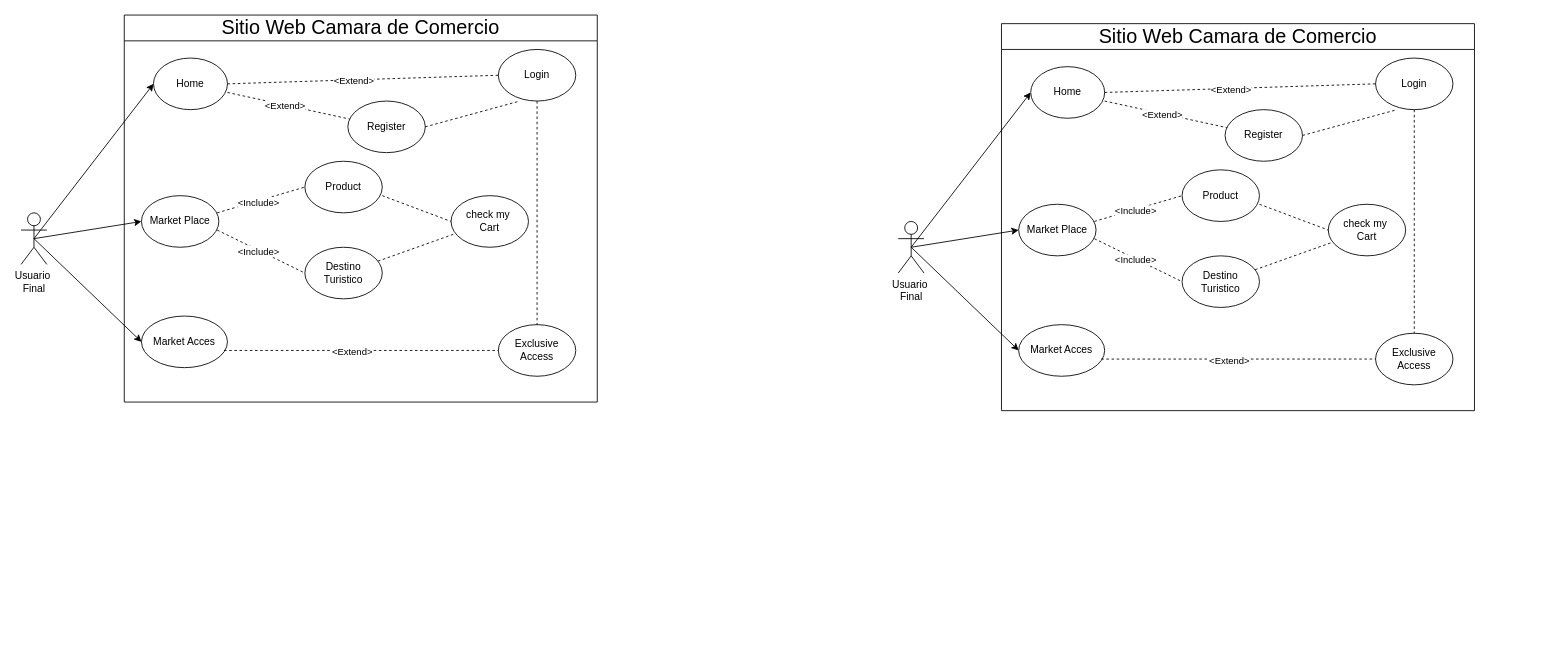
The draw.io diagram Camcor.drawio in NealD00/Diagramin, before the edit. Source tidied: cells renumbered, new cells numbered last; positions are measured from the earlier drawing's top-left corner, leaving out a move shared by most shapes. Both pictures are drawn from the tidied source at 86%, with x=0, y=0 at pixel (21, 15).
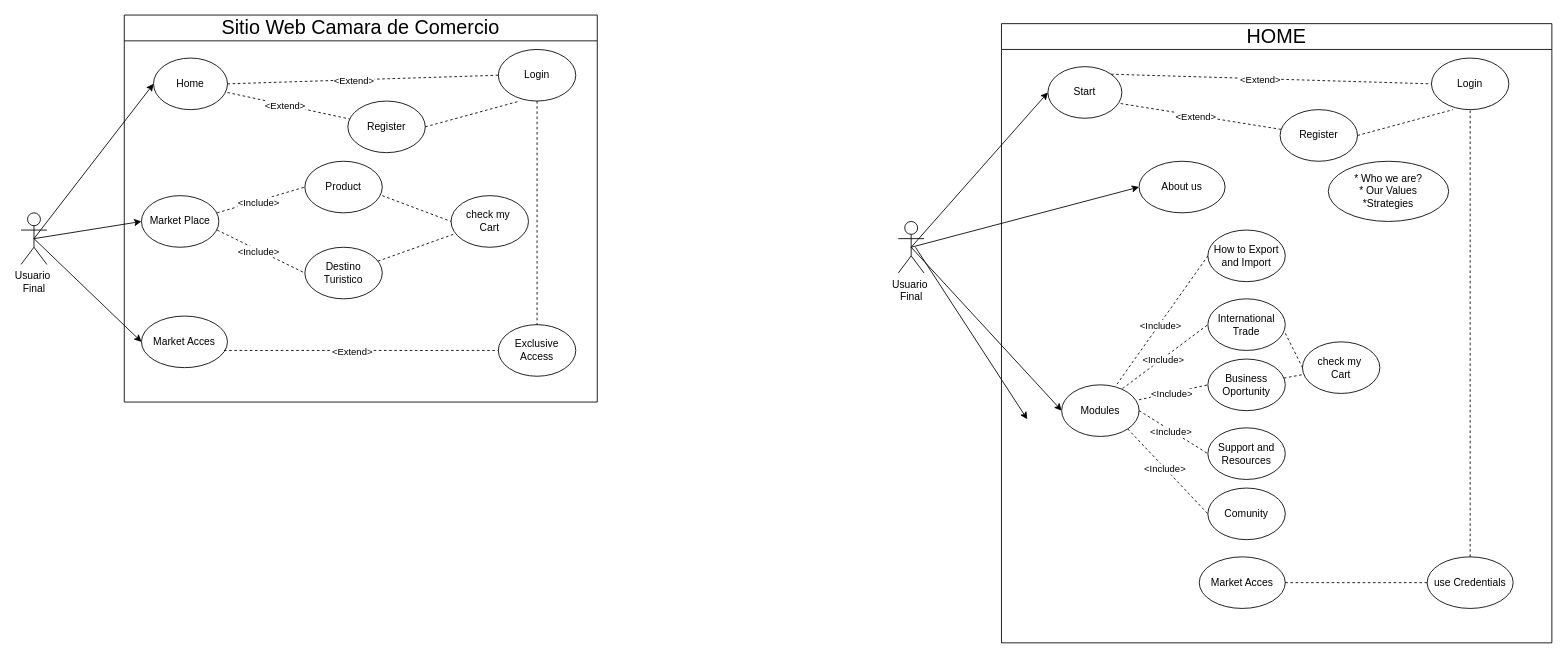
After the change.

The change refers to these unchanged cells:
```xml
<mxCell id="54" value="Usuario&amp;nbsp;&lt;div&gt;Final&lt;/div&gt;" style="shape=umlActor;verticalLabelPosition=bottom;verticalAlign=top;html=1;outlineConnect=0;" parent="1" vertex="1">
  <mxGeometry x="1020" y="240" width="30" height="60" as="geometry" />
</mxCell>
```

Diff of the diagram source:
```diff
@@
-    <mxCell id="30" value="&lt;span style=&quot;font-size: 23px; font-weight: 400;&quot;&gt;Sitio Web Camara de Comercio&lt;/span&gt;" style="swimlane;whiteSpace=wrap;html=1;startSize=30;" parent="1" vertex="1">
-      <mxGeometry x="1140" y="10" width="550" height="450" as="geometry" />
+    <mxCell id="30" value="&lt;span style=&quot;font-size: 23px; font-weight: 400;&quot;&gt;HOME&lt;/span&gt;" style="swimlane;whiteSpace=wrap;html=1;startSize=30;" parent="1" vertex="1">
+      <mxGeometry x="1140" y="10" width="640" height="720" as="geometry" />
     </mxCell>
-    <mxCell id="31" value="Market Acces" style="ellipse;whiteSpace=wrap;html=1;" parent="30" vertex="1">
-      <mxGeometry x="20" y="350" width="100" height="60" as="geometry" />
+    <mxCell id="31" value="About us" style="ellipse;whiteSpace=wrap;html=1;" parent="30" vertex="1">
+      <mxGeometry x="160" y="160" width="100" height="60" as="geometry" />
     </mxCell>
-    <mxCell id="32" value="Home" style="ellipse;whiteSpace=wrap;html=1;" parent="30" vertex="1">
-      <mxGeometry x="34" y="50" width="86" height="60" as="geometry" />
-    </mxCell>
     <mxCell id="33" value="check my&amp;nbsp;&lt;div&gt;Cart&lt;/div&gt;" style="ellipse;whiteSpace=wrap;html=1;" parent="30" vertex="1">
-      <mxGeometry x="380" y="210" width="90" height="60" as="geometry" />
+      <mxGeometry x="350" y="370" width="90" height="60" as="geometry" />
     </mxCell>
-    <mxCell id="34" value="Market Place" style="ellipse;whiteSpace=wrap;html=1;" parent="30" vertex="1">
-      <mxGeometry x="20" y="210" width="90" height="60" as="geometry" />
+    <mxCell id="34" value="Modules" style="ellipse;whiteSpace=wrap;html=1;" parent="30" vertex="1">
+      <mxGeometry x="70" y="420" width="90" height="60" as="geometry" />
     </mxCell>
@@
-    <mxCell id="36" value="Destino Turistico" style="ellipse;whiteSpace=wrap;html=1;" parent="30" vertex="1">
-      <mxGeometry x="210" y="270" width="90" height="60" as="geometry" />
+    <mxCell id="36" value="Business Oportunity" style="ellipse;whiteSpace=wrap;html=1;" parent="30" vertex="1">
+      <mxGeometry x="240" y="390" width="90" height="60" as="geometry" />
     </mxCell>
     <mxCell id="37" value="Login" style="ellipse;whiteSpace=wrap;html=1;" parent="30" vertex="1">
-      <mxGeometry x="435" y="40" width="90" height="60" as="geometry" />
+      <mxGeometry x="500" y="40" width="90" height="60" as="geometry" />
     </mxCell>
     <mxCell id="38" value="Register" style="ellipse;whiteSpace=wrap;html=1;" parent="30" vertex="1">
-      <mxGeometry x="260" y="100" width="90" height="60" as="geometry" />
+      <mxGeometry x="324" y="100" width="90" height="60" as="geometry" />
     </mxCell>
-    <mxCell id="39" style="endArrow=none;dashed=1;html=1;rounded=0;entryX=0;entryY=0.5;entryDx=0;entryDy=0;exitX=1;exitY=0.5;exitDx=0;exitDy=0;" parent="30" edge="1" source="32" target="37">
+    <mxCell id="39" style="endArrow=none;dashed=1;html=1;rounded=0;entryX=0;entryY=0.5;entryDx=0;entryDy=0;exitX=1;exitY=0;exitDx=0;exitDy=0;" parent="30" edge="1" source="58" target="37">
       <mxGeometry relative="1" as="geometry" />
     </mxCell>
@@
-    <mxCell id="41" style="endArrow=none;dashed=1;html=1;rounded=0;exitX=1;exitY=0.667;exitDx=0;exitDy=0;exitPerimeter=0;" parent="30" edge="1" source="32" target="38">
+    <mxCell id="41" style="endArrow=none;dashed=1;html=1;rounded=0;exitX=0.984;exitY=0.715;exitDx=0;exitDy=0;exitPerimeter=0;" parent="30" edge="1" source="58" target="38">
       <mxGeometry relative="1" as="geometry" />
     </mxCell>
@@
-    <mxCell id="43" value="Exclusive Access" style="ellipse;whiteSpace=wrap;html=1;" parent="30" vertex="1">
-      <mxGeometry x="435" y="360" width="90" height="60" as="geometry" />
-    </mxCell>
-    <mxCell id="44" style="endArrow=none;dashed=1;html=1;rounded=0;exitX=0.96;exitY=0.667;exitDx=0;exitDy=0;exitPerimeter=0;entryX=0;entryY=0.5;entryDx=0;entryDy=0;entryPerimeter=0;" parent="30" edge="1" source="31" target="43">
-      <mxGeometry relative="1" as="geometry" />
-    </mxCell>
-    <mxCell id="45" value="&amp;lt;Extend&amp;gt;" style="edgeLabel;html=1;align=center;verticalAlign=middle;" parent="44" vertex="1">
-      <mxGeometry x="-0.07" y="-1" relative="1" as="geometry" />
-    </mxCell>
-    <mxCell id="46" style="endArrow=none;dashed=1;html=1;rounded=0;exitX=0.5;exitY=1;exitDx=0;exitDy=0;entryX=0.5;entryY=0;entryDx=0;entryDy=0;" parent="30" edge="1" source="37" target="43">
-      <mxGeometry relative="1" as="geometry" />
-    </mxCell>
-    <mxCell id="47" style="endArrow=none;dashed=1;html=1;rounded=0;exitX=0.978;exitY=0.667;exitDx=0;exitDy=0;exitPerimeter=0;" parent="30" edge="1" source="34">
-      <mxGeometry relative="1" as="geometry">
-        <mxPoint x="210" y="300" as="targetPoint" />
-      </mxGeometry>
+    <mxCell id="47" style="endArrow=none;dashed=1;html=1;rounded=0;exitX=0.998;exitY=0.29;exitDx=0;exitDy=0;exitPerimeter=0;entryX=0;entryY=0.5;entryDx=0;entryDy=0;" parent="30" edge="1" source="34" target="36">
+      <mxGeometry relative="1" as="geometry" />
     </mxCell>
@@
-    <mxCell id="49" style="endArrow=none;dashed=1;html=1;rounded=0;exitX=0.978;exitY=0.333;exitDx=0;exitDy=0;exitPerimeter=0;entryX=0;entryY=0.5;entryDx=0;entryDy=0;entryPerimeter=0;" parent="30" edge="1" source="34" target="52">
+    <mxCell id="49" style="endArrow=none;dashed=1;html=1;rounded=0;exitX=0.786;exitY=0.073;exitDx=0;exitDy=0;exitPerimeter=0;entryX=0;entryY=0.5;entryDx=0;entryDy=0;entryPerimeter=0;" parent="30" edge="1" source="34" target="52">
       <mxGeometry relative="1" as="geometry" />
     </mxCell>
@@
-    <mxCell id="52" value="Product" style="ellipse;whiteSpace=wrap;html=1;" parent="30" vertex="1">
-      <mxGeometry x="210" y="170" width="90" height="60" as="geometry" />
+    <mxCell id="52" value="International&lt;div&gt;Trade&lt;/div&gt;" style="ellipse;whiteSpace=wrap;html=1;" parent="30" vertex="1">
+      <mxGeometry x="240" y="320" width="90" height="60" as="geometry" />
     </mxCell>
@@
+    <mxCell id="58" value="Start" style="ellipse;whiteSpace=wrap;html=1;" parent="30" vertex="1">
+      <mxGeometry x="54" y="50" width="86" height="60" as="geometry" />
+    </mxCell>
+    <mxCell id="59" value="Support and Resources" style="ellipse;whiteSpace=wrap;html=1;" parent="30" vertex="1">
+      <mxGeometry x="240" y="470" width="90" height="60" as="geometry" />
+    </mxCell>
+    <mxCell id="60" value="Comunity" style="ellipse;whiteSpace=wrap;html=1;" parent="30" vertex="1">
+      <mxGeometry x="240" y="540" width="90" height="60" as="geometry" />
+    </mxCell>
+    <mxCell id="61" value="How to Export and Import" style="ellipse;whiteSpace=wrap;html=1;" parent="30" vertex="1">
+      <mxGeometry x="240" y="240" width="90" height="60" as="geometry" />
+    </mxCell>
+    <mxCell id="62" value="Market Acces" style="ellipse;whiteSpace=wrap;html=1;" parent="30" vertex="1">
+      <mxGeometry x="230" y="620" width="100" height="60" as="geometry" />
+    </mxCell>
+    <mxCell id="63" value="use Credentials" style="ellipse;whiteSpace=wrap;html=1;" parent="30" vertex="1">
+      <mxGeometry x="495" y="620" width="100" height="60" as="geometry" />
+    </mxCell>
+    <mxCell id="64" style="rounded=0;jettySize=auto;html=1;dashed=1;entryX=0.5;entryY=1;entryDx=0;entryDy=0;exitX=0.5;exitY=0;exitDx=0;exitDy=0;endArrow=none;endFill=0;" parent="30" edge="1" source="63" target="37">
+      <mxGeometry relative="1" as="geometry" />
+    </mxCell>
+    <mxCell id="65" style="rounded=0;jettySize=auto;html=1;dashed=1;entryX=1;entryY=0.5;entryDx=0;entryDy=0;exitX=0;exitY=0.5;exitDx=0;exitDy=0;endArrow=none;endFill=0;" parent="30" edge="1" source="63" target="62">
+      <mxGeometry relative="1" as="geometry" />
+    </mxCell>
+    <mxCell id="66" value="* Who we are?&lt;div&gt;* Our Values&lt;/div&gt;&lt;div&gt;*Strategies&lt;/div&gt;" style="ellipse;whiteSpace=wrap;html=1;" parent="30" vertex="1">
+      <mxGeometry x="380" y="160" width="140" height="70" as="geometry" />
+    </mxCell>
+    <mxCell id="67" style="endArrow=none;dashed=1;html=1;rounded=0;exitX=1;exitY=1;exitDx=0;exitDy=0;entryX=0;entryY=0.5;entryDx=0;entryDy=0;" parent="30" edge="1" source="34" target="60">
+      <mxGeometry relative="1" as="geometry" />
+    </mxCell>
+    <mxCell id="68" value="&amp;lt;Include&amp;gt;" style="edgeLabel;html=1;align=center;verticalAlign=middle;" parent="67" vertex="1">
+      <mxGeometry x="-0.07" y="-1" relative="1" as="geometry" />
+    </mxCell>
+    <mxCell id="69" style="endArrow=none;dashed=1;html=1;rounded=0;exitX=1;exitY=0.5;exitDx=0;exitDy=0;entryX=0;entryY=0.5;entryDx=0;entryDy=0;" parent="30" edge="1" source="34" target="59">
+      <mxGeometry relative="1" as="geometry" />
+    </mxCell>
+    <mxCell id="70" value="&amp;lt;Include&amp;gt;" style="edgeLabel;html=1;align=center;verticalAlign=middle;" parent="69" vertex="1">
+      <mxGeometry x="-0.07" y="-1" relative="1" as="geometry" />
+    </mxCell>
+    <mxCell id="71" style="endArrow=none;dashed=1;html=1;rounded=0;exitX=0.715;exitY=-0.013;exitDx=0;exitDy=0;exitPerimeter=0;entryX=0;entryY=0.5;entryDx=0;entryDy=0;" parent="30" edge="1" source="34" target="61">
+      <mxGeometry relative="1" as="geometry" />
+    </mxCell>
+    <mxCell id="72" value="&amp;lt;Include&amp;gt;" style="edgeLabel;html=1;align=center;verticalAlign=middle;" parent="71" vertex="1">
+      <mxGeometry x="-0.07" y="-1" relative="1" as="geometry" />
+    </mxCell>
@@
-    <mxCell id="55" style="endArrow=classic;html=1;rounded=0;entryX=0;entryY=0.5;entryDx=0;entryDy=0;exitX=0.5;exitY=0.5;exitDx=0;exitDy=0;exitPerimeter=0;" parent="1" edge="1" source="54" target="32">
+    <mxCell id="55" style="endArrow=classic;html=1;rounded=0;entryX=0;entryY=0.5;entryDx=0;entryDy=0;exitX=0.5;exitY=0.5;exitDx=0;exitDy=0;exitPerimeter=0;" parent="1" edge="1" source="54" target="58">
       <mxGeometry relative="1" as="geometry" />
     </mxCell>
@@
+    <mxCell id="73" style="endArrow=classic;html=1;rounded=0;entryX=0;entryY=0.5;entryDx=0;entryDy=0;" parent="1" edge="1">
+      <mxGeometry relative="1" as="geometry">
+        <mxPoint x="1040" y="270" as="sourcePoint" />
+        <mxPoint x="1170" y="470" as="targetPoint" />
+      </mxGeometry>
+    </mxCell>
```
